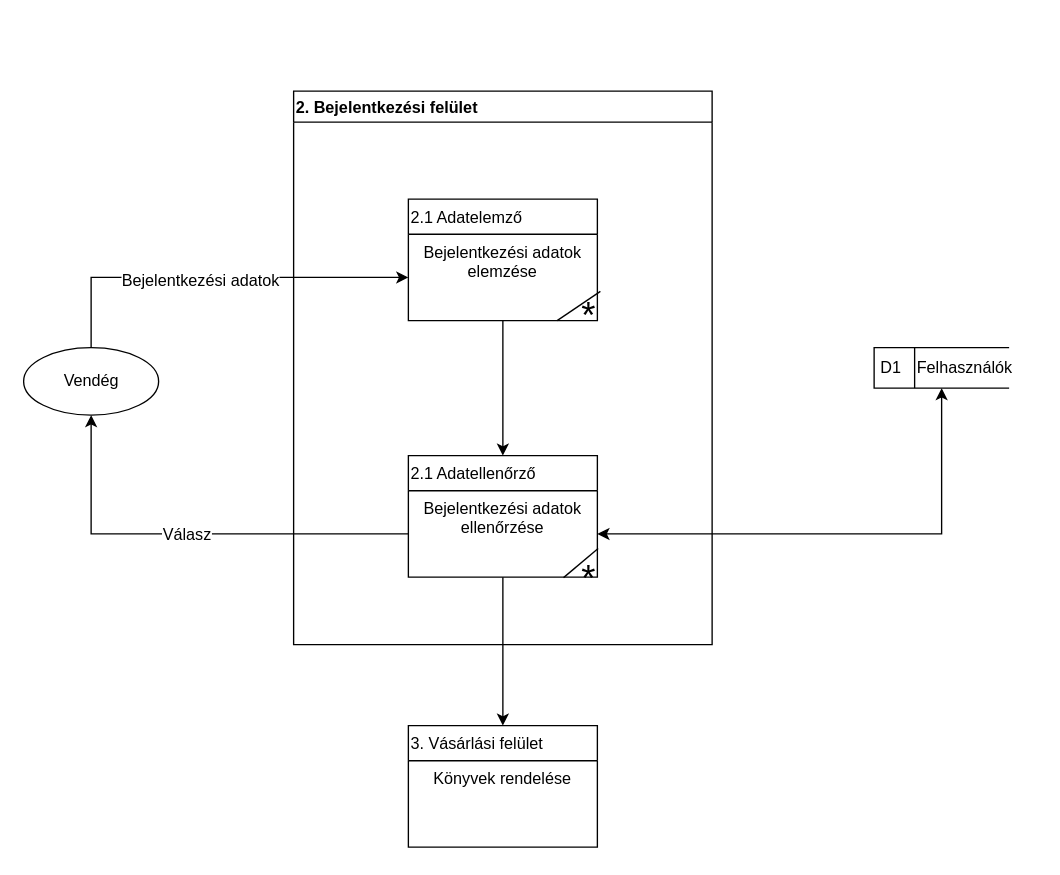
Above: page "Page-3" (3 of 5) of dfd.drawio in Dzseta/Adatbazis-alapu-rendszerek (draw.io), before the change. Source tidied: cells renumbered, new cells numbered last; positions are measured from the earlier drawing's top-left corner, leaving out a move shared by most shapes. Both pictures are drawn from the tidied source at 135%, with x=0, y=0 at pixel (23, 90).
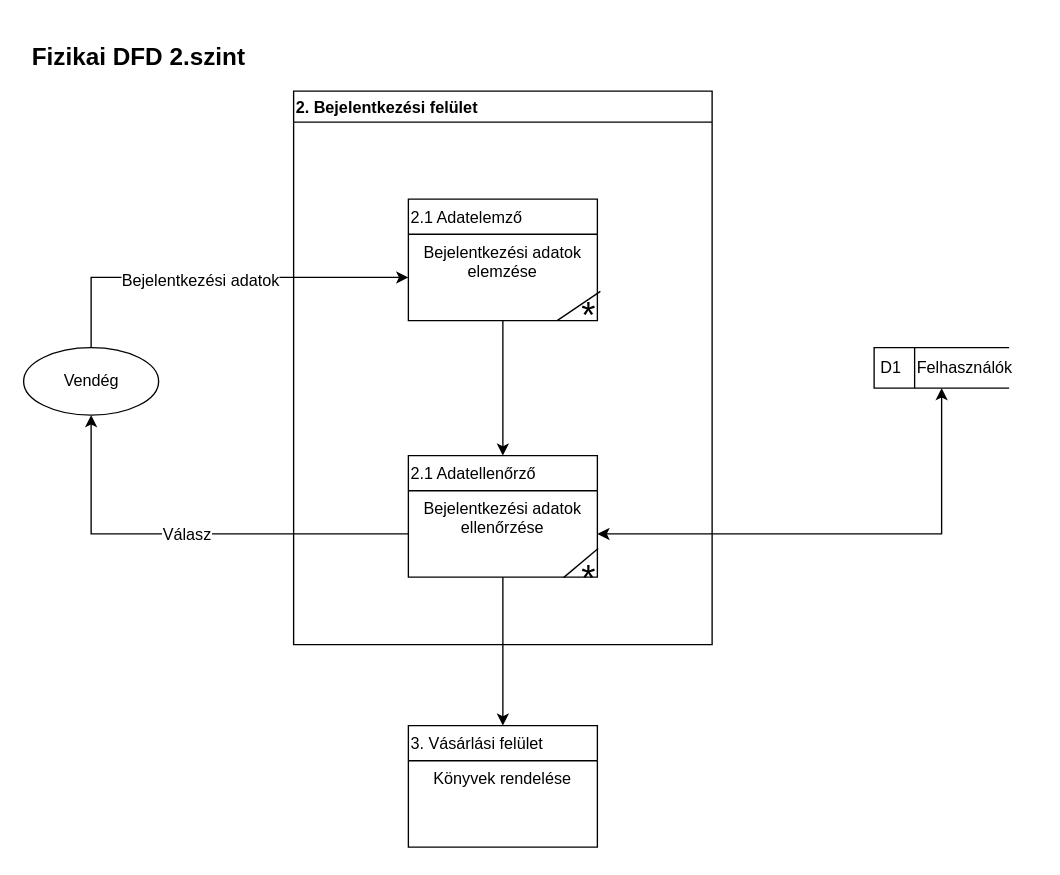
The same diagram, later.

What changed in the source:
```diff
@@
+    <mxCell id="23" value="&lt;h2&gt;Fizikai DFD 2.szint&lt;/h2&gt;" style="text;html=1;align=center;verticalAlign=middle;" parent="1" vertex="1">
+      <mxGeometry y="-50" width="170" height="50" as="geometry" />
+    </mxCell>
```
